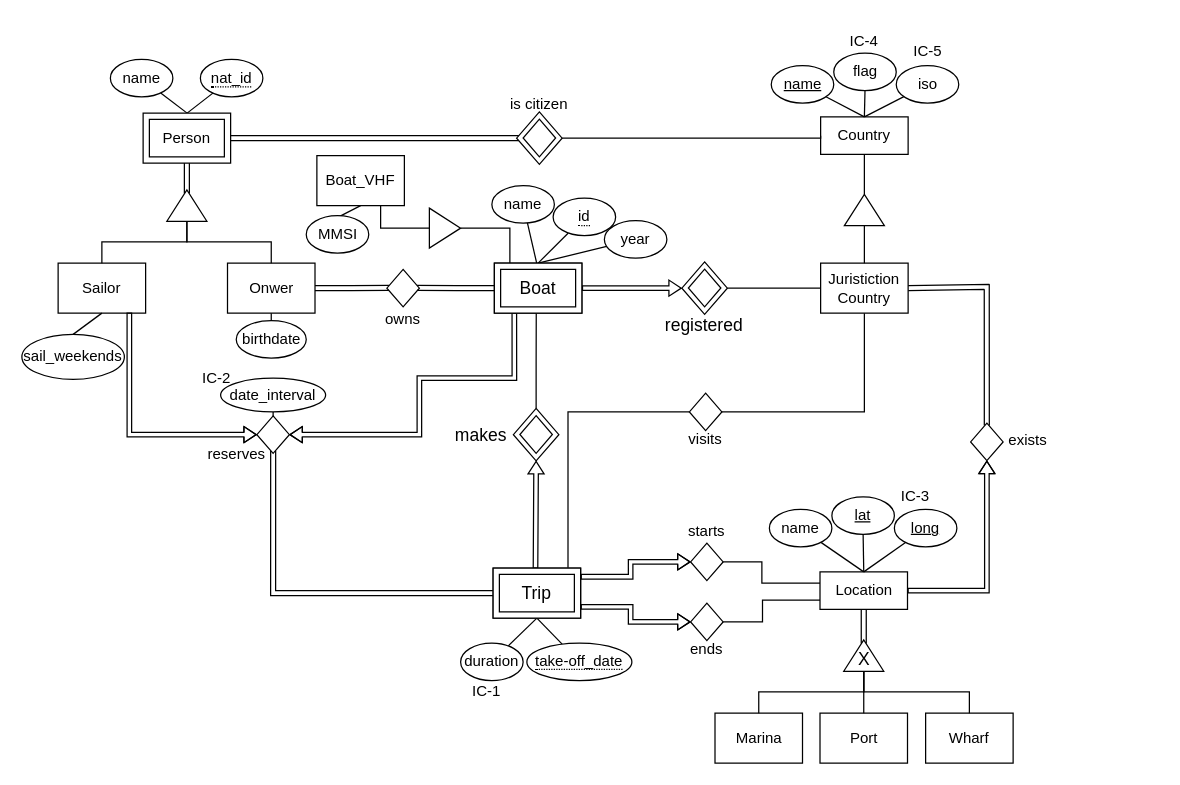
Earlier version of the draw.io diagram Project/proj1_diag_entity_association_v6.drawio (jamilsonjr/labs-and-project). Source tidied: cells renumbered, new cells numbered last; positions are measured from the earlier drawing's top-left corner, leaving out a move shared by most shapes. Both pictures are drawn from the tidied source at 125%, with x=0, y=0 at pixel (21, 21).
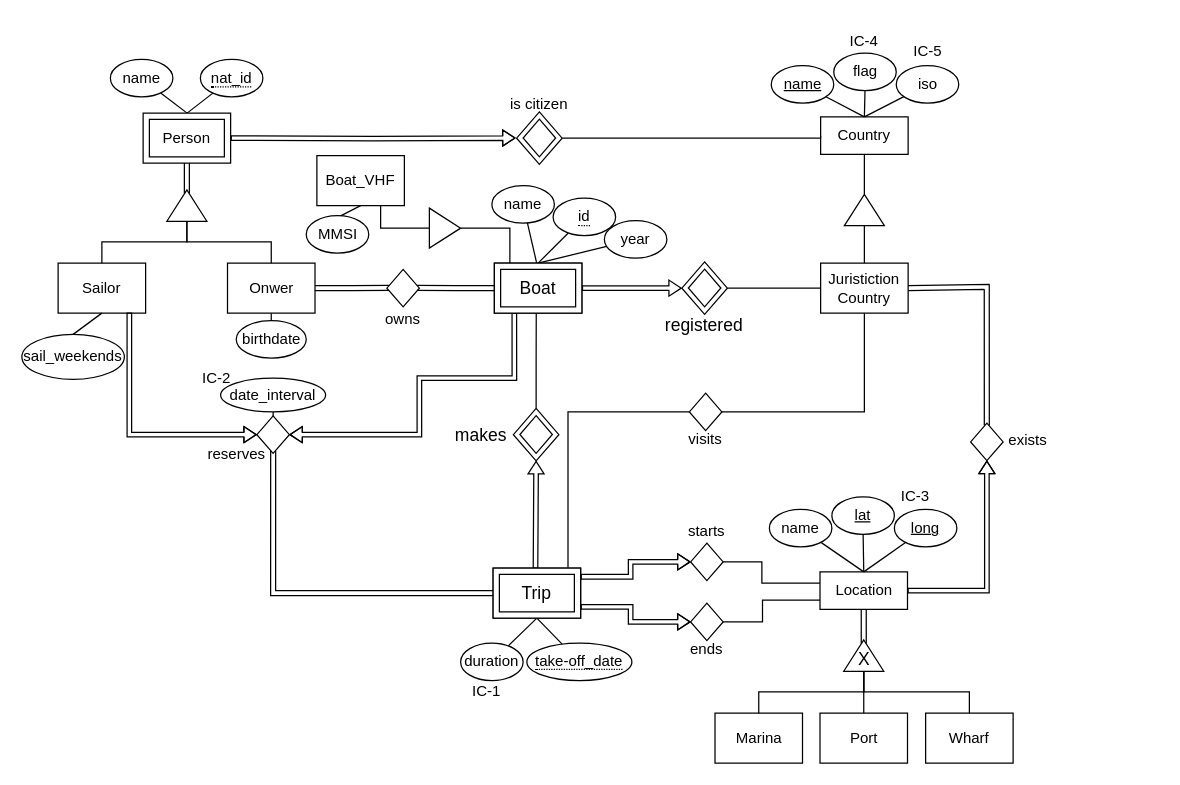
The same page after the edit.

Commit message (it also covers changes not shown here):
14/12 new v6 diagram with person weak + png v2 - thanks helder

Unchanged cells that the change refers to:
```xml
<mxCell id="107" style="rounded=0;whiteSpace=wrap;html=1;fontColor=#000000;fillColor=default;strokeWidth=1;" parent="106" vertex="1">
  <mxGeometry width="70" height="40" as="geometry" />
</mxCell>
<mxCell id="115" style="rhombus;whiteSpace=wrap;html=1;fillColor=none;" parent="113" vertex="1">
  <mxGeometry x="28.8" y="21" width="36.4" height="42" as="geometry" />
</mxCell>
```

The edit, as a diff of the source:
```diff
@@
-    <mxCell id="112" style="edgeStyle=orthogonalEdgeStyle;rounded=0;jettySize=auto;html=1;fontColor=#000000;startArrow=none;startFill=0;endArrow=none;endFill=0;shape=link;startSize=5;exitX=1;exitY=0.5;exitDx=0;exitDy=0;entryX=0.048;entryY=0.498;entryDx=0;entryDy=0;entryPerimeter=0;" parent="1" edge="1" source="107" target="115">
-      <mxGeometry relative="1" as="geometry">
-        <Array as="points">
-          <mxPoint x="181" y="93" />
-        </Array>
-      </mxGeometry>
-    </mxCell>
@@
+    <mxCell id="117" style="edgeStyle=orthogonalEdgeStyle;rounded=0;jettySize=auto;html=1;fontColor=#000000;startArrow=block;startFill=0;endArrow=none;endFill=0;shape=flexArrow;endWidth=14.912344777209642;endSize=2.42027027027027;width=3.6486486486486487;startSize=2.9558139534883723;sourcePerimeterSpacing=0;startWidth=8.221244500314269;shadow=0;sketch=0;sourcePortConstraint=none;targetPortConstraint=none;orthogonal=0;anchorPointDirection=0;fontSize=14;entryX=1;entryY=0.5;entryDx=0;entryDy=0;exitX=0;exitY=0.5;exitDx=0;exitDy=0;" parent="1" edge="1" target="107">
+      <mxGeometry relative="1" as="geometry">
+        <mxPoint x="395" y="92.9" as="sourcePoint" />
+      </mxGeometry>
+    </mxCell>
```
